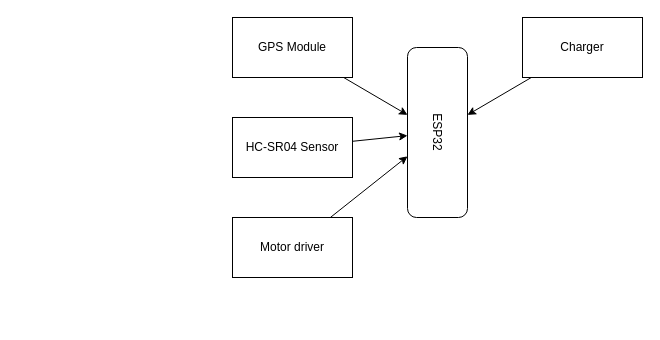
This is block.dio from partha235/sea_plastic, a draw.io file, before an edit. Source tidied: cells renumbered, new cells numbered last; positions are measured from the earlier drawing's top-left corner, leaving out a move shared by most shapes. Both pictures are drawn from the tidied source at 100%, with x=0, y=0 at pixel (232, 17).
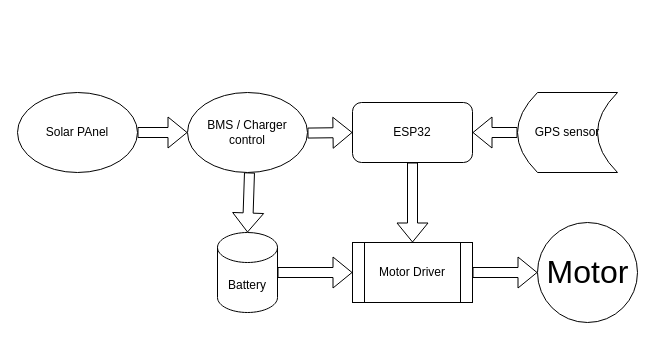
Above is the later version.

Diff of the diagram source:
```diff
@@
 <mxGraphModel>
   <root>
     <mxCell id="0" />
     <mxCell id="1" parent="0" />
+    <mxCell id="11" style="edgeStyle=none;html=1;shape=flexArrow;" parent="1" edge="1" source="12" target="15">
+      <mxGeometry relative="1" as="geometry" />
+    </mxCell>
+    <mxCell id="12" value="Solar PAnel" style="ellipse;whiteSpace=wrap;html=1;" parent="1" vertex="1">
+      <mxGeometry x="-215" y="75" width="120" height="80" as="geometry" />
+    </mxCell>
+    <mxCell id="13" style="edgeStyle=none;shape=flexArrow;html=1;fillColor=default;" parent="1" edge="1" source="15" target="17">
+      <mxGeometry relative="1" as="geometry" />
+    </mxCell>
+    <mxCell id="14" style="edgeStyle=none;shape=flexArrow;html=1;fillColor=default;" parent="1" edge="1" source="15" target="2">
+      <mxGeometry relative="1" as="geometry" />
+    </mxCell>
+    <mxCell id="15" value="BMS / Charger control" style="ellipse;whiteSpace=wrap;html=1;" parent="1" vertex="1">
+      <mxGeometry x="-45" y="75" width="120" height="80" as="geometry" />
+    </mxCell>
+    <mxCell id="16" style="edgeStyle=none;shape=flexArrow;html=1;fillColor=default;" parent="1" edge="1" source="17" target="22">
+      <mxGeometry relative="1" as="geometry" />
+    </mxCell>
+    <mxCell id="17" value="Battery" style="shape=cylinder3;whiteSpace=wrap;html=1;boundedLbl=1;backgroundOutline=1;size=15;" parent="1" vertex="1">
+      <mxGeometry x="-15" y="215" width="60" height="80" as="geometry" />
+    </mxCell>
+    <mxCell id="18" style="edgeStyle=none;shape=flexArrow;html=1;fillColor=default;" parent="1" edge="1" source="2" target="22">
+      <mxGeometry relative="1" as="geometry" />
+    </mxCell>
-    <mxCell id="2" value="ESP32" style="rounded=1;whiteSpace=wrap;html=1;rotation=90;" parent="1" vertex="1">
-      <mxGeometry x="120" y="85" width="170" height="60" as="geometry" />
+    <mxCell id="2" value="ESP32" style="rounded=1;whiteSpace=wrap;html=1;" parent="1" vertex="1">
+      <mxGeometry x="120" y="85" width="120" height="60" as="geometry" />
     </mxCell>
-    <mxCell id="3" style="edgeStyle=none;html=1;" parent="1" edge="1" source="4" target="2">
-      <mxGeometry relative="1" as="geometry" />
-    </mxCell>
-    <mxCell id="4" value="HC-SR04 Sensor" style="rounded=0;whiteSpace=wrap;html=1;" parent="1" vertex="1">
-      <mxGeometry y="100" width="120" height="60" as="geometry" />
-    </mxCell>
-    <mxCell id="5" style="edgeStyle=none;html=1;" parent="1" edge="1" source="6" target="2">
-      <mxGeometry relative="1" as="geometry" />
-    </mxCell>
-    <mxCell id="6" value="GPS Module" style="rounded=0;whiteSpace=wrap;html=1;" parent="1" vertex="1">
-      <mxGeometry width="120" height="60" as="geometry" />
-    </mxCell>
-    <mxCell id="7" style="edgeStyle=none;html=1;" parent="1" edge="1" source="8" target="2">
-      <mxGeometry relative="1" as="geometry" />
-    </mxCell>
-    <mxCell id="8" value="Motor driver" style="rounded=0;whiteSpace=wrap;html=1;" parent="1" vertex="1">
-      <mxGeometry y="200" width="120" height="60" as="geometry" />
-    </mxCell>
-    <mxCell id="9" style="edgeStyle=none;html=1;" parent="1" edge="1" source="10" target="2">
-      <mxGeometry relative="1" as="geometry" />
-    </mxCell>
-    <mxCell id="10" value="Charger" style="rounded=0;whiteSpace=wrap;html=1;" parent="1" vertex="1">
-      <mxGeometry x="290" width="120" height="60" as="geometry" />
-    </mxCell>
+    <mxCell id="19" style="edgeStyle=none;shape=flexArrow;html=1;fillColor=default;" parent="1" edge="1" source="20" target="2">
+      <mxGeometry relative="1" as="geometry" />
+    </mxCell>
+    <mxCell id="20" value="GPS sensor" style="shape=dataStorage;whiteSpace=wrap;html=1;fixedSize=1;" parent="1" vertex="1">
+      <mxGeometry x="285" y="75" width="100" height="80" as="geometry" />
+    </mxCell>
+    <mxCell id="21" style="edgeStyle=none;shape=flexArrow;html=1;fillColor=default;" parent="1" edge="1" source="22" target="23">
+      <mxGeometry relative="1" as="geometry" />
+    </mxCell>
+    <mxCell id="22" value="Motor Driver" style="shape=process;whiteSpace=wrap;html=1;backgroundOutline=1;" parent="1" vertex="1">
+      <mxGeometry x="120" y="225" width="120" height="60" as="geometry" />
+    </mxCell>
+    <mxCell id="23" value="Motor" style="verticalLabelPosition=middle;shadow=0;dashed=0;align=center;html=1;verticalAlign=middle;strokeWidth=1;shape=ellipse;fontSize=32;perimeter=ellipsePerimeter;" parent="1" vertex="1">
+      <mxGeometry x="305" y="205" width="100" height="100" as="geometry" />
+    </mxCell>
   </root>
 </mxGraphModel>
```
